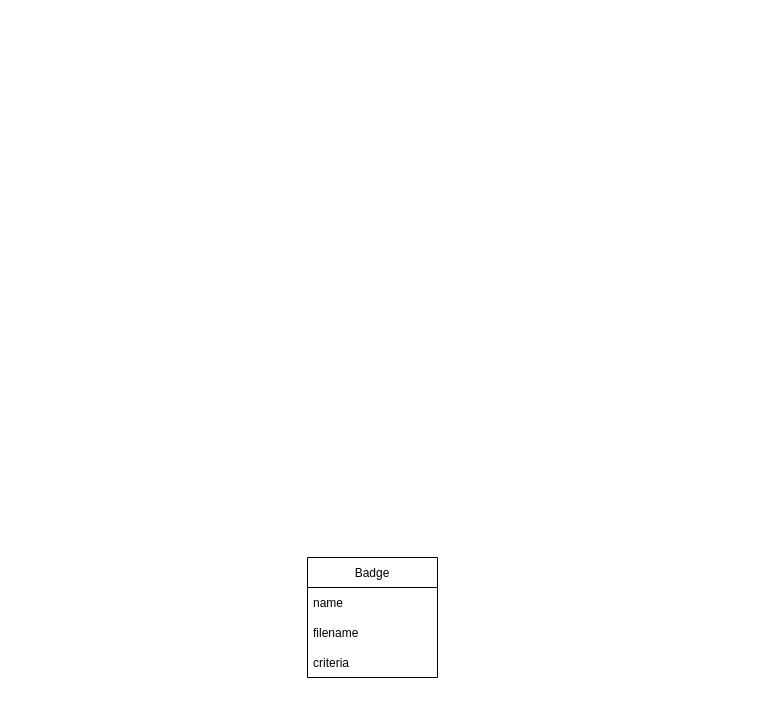
Before: Lesson_18.drawio in DaniyarKulmanov/TestGuru-, a draw.io diagram. Source tidied: cells renumbered, new cells numbered last; positions are measured from the earlier drawing's top-left corner, leaving out a move shared by most shapes. Both pictures are drawn from the tidied source at 100%, with x=0, y=0 at pixel (307, 557).
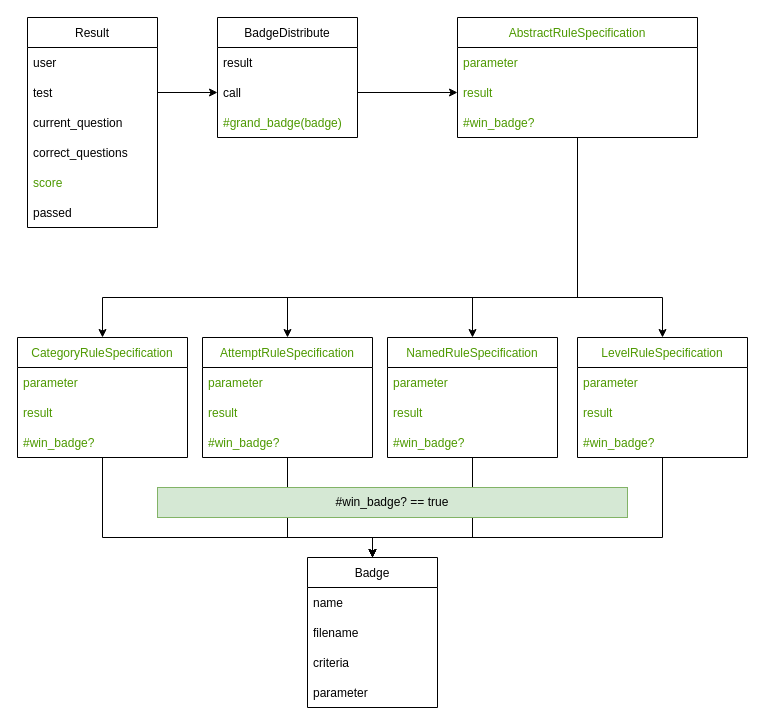
The same page after the edit.

Change to the diagram source:
```diff
@@
     <mxCell id="2" value="Badge" style="swimlane;fontStyle=0;horizontal=1;startSize=30;" parent="1" vertex="1">
-      <mxGeometry width="130" height="120" as="geometry" />
+      <mxGeometry width="130" height="150" as="geometry" />
     </mxCell>
@@
+    <mxCell id="6" value="parameter" style="text;strokeColor=none;fillColor=none;align=left;verticalAlign=middle;spacingLeft=4;spacingRight=4;overflow=hidden;" parent="2" vertex="1">
+      <mxGeometry y="120" width="130" height="30" as="geometry" />
+    </mxCell>
+    <mxCell id="7" value="Result" style="swimlane;fontStyle=0;horizontal=1;startSize=30;" parent="1" vertex="1">
+      <mxGeometry x="-280" y="-540" width="130" height="210" as="geometry" />
+    </mxCell>
+    <mxCell id="8" value="user" style="text;strokeColor=none;fillColor=none;align=left;verticalAlign=middle;spacingLeft=4;spacingRight=4;overflow=hidden;" parent="7" vertex="1">
+      <mxGeometry y="30" width="130" height="30" as="geometry" />
+    </mxCell>
+    <mxCell id="9" value="test" style="text;strokeColor=none;fillColor=none;align=left;verticalAlign=middle;spacingLeft=4;spacingRight=4;overflow=hidden;points=[[0,0.5],[1,0.5]];portConstraint=eastwest;" parent="7" vertex="1">
+      <mxGeometry y="60" width="130" height="30" as="geometry" />
+    </mxCell>
+    <mxCell id="10" value="current_question" style="text;strokeColor=none;fillColor=none;align=left;verticalAlign=middle;spacingLeft=4;spacingRight=4;overflow=hidden;" parent="7" vertex="1">
+      <mxGeometry y="90" width="130" height="30" as="geometry" />
+    </mxCell>
+    <mxCell id="11" value="correct_questions" style="text;strokeColor=none;fillColor=none;align=left;verticalAlign=middle;spacingLeft=4;spacingRight=4;overflow=hidden;" parent="7" vertex="1">
+      <mxGeometry y="120" width="130" height="30" as="geometry" />
+    </mxCell>
+    <mxCell id="12" value="score" style="text;strokeColor=none;fillColor=none;align=left;verticalAlign=middle;spacingLeft=4;spacingRight=4;overflow=hidden;fontColor=#4D9900;fontStyle=0;" parent="7" vertex="1">
+      <mxGeometry y="150" width="130" height="30" as="geometry" />
+    </mxCell>
+    <mxCell id="13" value="passed" style="text;strokeColor=none;fillColor=none;align=left;verticalAlign=middle;spacingLeft=4;spacingRight=4;overflow=hidden;" parent="7" vertex="1">
+      <mxGeometry y="180" width="130" height="30" as="geometry" />
+    </mxCell>
+    <mxCell id="14" style="endArrow=classic;html=1;rounded=0;exitX=1;exitY=0.5;exitDx=0;exitDy=0;entryX=0;entryY=0.5;entryDx=0;entryDy=0;" parent="1" edge="1" source="9" target="17">
+      <mxGeometry relative="1" as="geometry" />
+    </mxCell>
+    <mxCell id="15" value="BadgeDistribute" style="swimlane;fontStyle=0;horizontal=1;startSize=30;fontColor=#000000;" parent="1" vertex="1">
+      <mxGeometry x="-90" y="-540" width="140" height="120" as="geometry" />
+    </mxCell>
+    <mxCell id="16" value="result" style="text;strokeColor=none;fillColor=none;align=left;verticalAlign=middle;spacingLeft=4;spacingRight=4;overflow=hidden;fontColor=#000000;" parent="15" vertex="1">
+      <mxGeometry y="30" width="140" height="30" as="geometry" />
+    </mxCell>
+    <mxCell id="17" value="call" style="text;strokeColor=none;fillColor=none;align=left;verticalAlign=middle;spacingLeft=4;spacingRight=4;overflow=hidden;points=[[0,0.5],[1,0.5]];portConstraint=eastwest;fontColor=#000000;" parent="15" vertex="1">
+      <mxGeometry y="60" width="140" height="30" as="geometry" />
+    </mxCell>
+    <mxCell id="18" value="#grand_badge(badge)" style="text;strokeColor=none;fillColor=none;align=left;verticalAlign=middle;spacingLeft=4;spacingRight=4;overflow=hidden;fontColor=#4D9900;" parent="15" vertex="1">
+      <mxGeometry y="90" width="140" height="30" as="geometry" />
+    </mxCell>
+    <mxCell id="19" style="edgeStyle=orthogonalEdgeStyle;rounded=0;jettySize=auto;html=1;fontColor=#000000;" parent="1" edge="1" source="23" target="29">
+      <mxGeometry relative="1" as="geometry">
+        <Array as="points">
+          <mxPoint x="270" y="-260" />
+          <mxPoint x="-205" y="-260" />
+        </Array>
+      </mxGeometry>
+    </mxCell>
+    <mxCell id="20" style="edgeStyle=orthogonalEdgeStyle;rounded=0;jettySize=auto;html=1;fontColor=#000000;" parent="1" edge="1" source="23" target="34">
+      <mxGeometry relative="1" as="geometry">
+        <Array as="points">
+          <mxPoint x="270" y="-260" />
+          <mxPoint x="-20" y="-260" />
+        </Array>
+      </mxGeometry>
+    </mxCell>
+    <mxCell id="21" style="edgeStyle=orthogonalEdgeStyle;rounded=0;jettySize=auto;html=1;fontColor=#000000;" parent="1" edge="1" source="23" target="39">
+      <mxGeometry relative="1" as="geometry">
+        <Array as="points">
+          <mxPoint x="270" y="-260" />
+          <mxPoint x="165" y="-260" />
+        </Array>
+      </mxGeometry>
+    </mxCell>
+    <mxCell id="22" style="edgeStyle=orthogonalEdgeStyle;rounded=0;jettySize=auto;html=1;fontColor=#000000;" parent="1" edge="1" source="23" target="44">
+      <mxGeometry relative="1" as="geometry">
+        <Array as="points">
+          <mxPoint x="270" y="-260" />
+          <mxPoint x="355" y="-260" />
+        </Array>
+      </mxGeometry>
+    </mxCell>
+    <mxCell id="23" value="AbstractRuleSpecification" style="swimlane;fontStyle=0;horizontal=1;startSize=30;fontColor=#4D9900;" parent="1" vertex="1">
+      <mxGeometry x="150" y="-540" width="240" height="120" as="geometry" />
+    </mxCell>
+    <mxCell id="24" value="parameter" style="text;strokeColor=none;fillColor=none;align=left;verticalAlign=middle;spacingLeft=4;spacingRight=4;overflow=hidden;fontColor=#4D9900;" parent="23" vertex="1">
+      <mxGeometry y="30" width="240" height="30" as="geometry" />
+    </mxCell>
+    <mxCell id="25" value="result" style="text;strokeColor=none;fillColor=none;align=left;verticalAlign=middle;spacingLeft=4;spacingRight=4;overflow=hidden;points=[[0,0.5],[1,0.5]];portConstraint=eastwest;fontColor=#4D9900;" parent="23" vertex="1">
+      <mxGeometry y="60" width="240" height="30" as="geometry" />
+    </mxCell>
+    <mxCell id="26" value="#win_badge?" style="text;strokeColor=none;fillColor=none;align=left;verticalAlign=middle;spacingLeft=4;spacingRight=4;overflow=hidden;fontColor=#4D9900;" parent="23" vertex="1">
+      <mxGeometry y="90" width="240" height="30" as="geometry" />
+    </mxCell>
+    <mxCell id="27" style="edgeStyle=orthogonalEdgeStyle;rounded=0;jettySize=auto;html=1;exitX=1;exitY=0.5;exitDx=0;exitDy=0;fontColor=#000000;" parent="1" edge="1" source="17" target="25">
+      <mxGeometry relative="1" as="geometry" />
+    </mxCell>
+    <mxCell id="28" style="edgeStyle=orthogonalEdgeStyle;rounded=0;jettySize=auto;html=1;entryX=0.5;entryY=0;entryDx=0;entryDy=0;fontColor=#000000;" parent="1" edge="1" source="29" target="2">
+      <mxGeometry relative="1" as="geometry">
+        <Array as="points">
+          <mxPoint x="-205" y="-20" />
+          <mxPoint x="65" y="-20" />
+        </Array>
+      </mxGeometry>
+    </mxCell>
+    <mxCell id="29" value="CategoryRuleSpecification" style="swimlane;fontStyle=0;horizontal=1;startSize=30;fontColor=#4D9900;" parent="1" vertex="1">
+      <mxGeometry x="-290" y="-220" width="170" height="120" as="geometry" />
+    </mxCell>
+    <mxCell id="30" value="parameter" style="text;strokeColor=none;fillColor=none;align=left;verticalAlign=middle;spacingLeft=4;spacingRight=4;overflow=hidden;fontColor=#4D9900;" parent="29" vertex="1">
+      <mxGeometry y="30" width="170" height="30" as="geometry" />
+    </mxCell>
+    <mxCell id="31" value="result" style="text;strokeColor=none;fillColor=none;align=left;verticalAlign=middle;spacingLeft=4;spacingRight=4;overflow=hidden;fontColor=#4D9900;" parent="29" vertex="1">
+      <mxGeometry y="60" width="170" height="30" as="geometry" />
+    </mxCell>
+    <mxCell id="32" value="#win_badge?" style="text;strokeColor=none;fillColor=none;align=left;verticalAlign=middle;spacingLeft=4;spacingRight=4;overflow=hidden;fontColor=#4D9900;" parent="29" vertex="1">
+      <mxGeometry y="90" width="170" height="30" as="geometry" />
+    </mxCell>
+    <mxCell id="33" style="edgeStyle=orthogonalEdgeStyle;rounded=0;jettySize=auto;html=1;entryX=0.5;entryY=0;entryDx=0;entryDy=0;fontColor=#000000;" parent="1" edge="1" source="34" target="2">
+      <mxGeometry relative="1" as="geometry">
+        <Array as="points">
+          <mxPoint x="-20" y="-20" />
+          <mxPoint x="65" y="-20" />
+        </Array>
+      </mxGeometry>
+    </mxCell>
+    <mxCell id="34" value="AttemptRuleSpecification" style="swimlane;fontStyle=0;horizontal=1;startSize=30;fontColor=#4D9900;" parent="1" vertex="1">
+      <mxGeometry x="-105" y="-220" width="170" height="120" as="geometry" />
+    </mxCell>
+    <mxCell id="35" value="parameter" style="text;strokeColor=none;fillColor=none;align=left;verticalAlign=middle;spacingLeft=4;spacingRight=4;overflow=hidden;fontColor=#4D9900;" parent="34" vertex="1">
+      <mxGeometry y="30" width="170" height="30" as="geometry" />
+    </mxCell>
+    <mxCell id="36" value="result" style="text;strokeColor=none;fillColor=none;align=left;verticalAlign=middle;spacingLeft=4;spacingRight=4;overflow=hidden;fontColor=#4D9900;" parent="34" vertex="1">
+      <mxGeometry y="60" width="170" height="30" as="geometry" />
+    </mxCell>
+    <mxCell id="37" value="#win_badge?" style="text;strokeColor=none;fillColor=none;align=left;verticalAlign=middle;spacingLeft=4;spacingRight=4;overflow=hidden;fontColor=#4D9900;" parent="34" vertex="1">
+      <mxGeometry y="90" width="170" height="30" as="geometry" />
+    </mxCell>
+    <mxCell id="38" style="edgeStyle=orthogonalEdgeStyle;rounded=0;jettySize=auto;html=1;entryX=0.5;entryY=0;entryDx=0;entryDy=0;fontColor=#000000;" parent="1" edge="1" source="39" target="2">
+      <mxGeometry relative="1" as="geometry">
+        <Array as="points">
+          <mxPoint x="165" y="-20" />
+          <mxPoint x="65" y="-20" />
+        </Array>
+      </mxGeometry>
+    </mxCell>
+    <mxCell id="39" value="NamedRuleSpecification" style="swimlane;fontStyle=0;horizontal=1;startSize=30;fontColor=#4D9900;" parent="1" vertex="1">
+      <mxGeometry x="80" y="-220" width="170" height="120" as="geometry" />
+    </mxCell>
+    <mxCell id="40" value="parameter" style="text;strokeColor=none;fillColor=none;align=left;verticalAlign=middle;spacingLeft=4;spacingRight=4;overflow=hidden;fontColor=#4D9900;" parent="39" vertex="1">
+      <mxGeometry y="30" width="170" height="30" as="geometry" />
+    </mxCell>
+    <mxCell id="41" value="result" style="text;strokeColor=none;fillColor=none;align=left;verticalAlign=middle;spacingLeft=4;spacingRight=4;overflow=hidden;fontColor=#4D9900;" parent="39" vertex="1">
+      <mxGeometry y="60" width="170" height="30" as="geometry" />
+    </mxCell>
+    <mxCell id="42" value="#win_badge?" style="text;strokeColor=none;fillColor=none;align=left;verticalAlign=middle;spacingLeft=4;spacingRight=4;overflow=hidden;fontColor=#4D9900;" parent="39" vertex="1">
+      <mxGeometry y="90" width="170" height="30" as="geometry" />
+    </mxCell>
+    <mxCell id="43" style="edgeStyle=orthogonalEdgeStyle;rounded=0;jettySize=auto;html=1;fontColor=#000000;" parent="1" edge="1" source="44" target="2">
+      <mxGeometry relative="1" as="geometry">
+        <Array as="points">
+          <mxPoint x="355" y="-20" />
+          <mxPoint x="65" y="-20" />
+        </Array>
+      </mxGeometry>
+    </mxCell>
+    <mxCell id="44" value="LevelRuleSpecification" style="swimlane;fontStyle=0;horizontal=1;startSize=30;fontColor=#4D9900;" parent="1" vertex="1">
+      <mxGeometry x="270" y="-220" width="170" height="120" as="geometry" />
+    </mxCell>
+    <mxCell id="45" value="parameter" style="text;strokeColor=none;fillColor=none;align=left;verticalAlign=middle;spacingLeft=4;spacingRight=4;overflow=hidden;fontColor=#4D9900;" parent="44" vertex="1">
+      <mxGeometry y="30" width="170" height="30" as="geometry" />
+    </mxCell>
+    <mxCell id="46" value="result" style="text;strokeColor=none;fillColor=none;align=left;verticalAlign=middle;spacingLeft=4;spacingRight=4;overflow=hidden;fontColor=#4D9900;" parent="44" vertex="1">
+      <mxGeometry y="60" width="170" height="30" as="geometry" />
+    </mxCell>
+    <mxCell id="47" value="#win_badge?" style="text;strokeColor=none;fillColor=none;align=left;verticalAlign=middle;spacingLeft=4;spacingRight=4;overflow=hidden;fontColor=#4D9900;" parent="44" vertex="1">
+      <mxGeometry y="90" width="170" height="30" as="geometry" />
+    </mxCell>
+    <mxCell id="48" value="#win_badge? == true" style="text;html=1;align=center;verticalAlign=middle;whiteSpace=wrap;rounded=0;fillColor=#d5e8d4;strokeColor=#82b366;" parent="1" vertex="1">
+      <mxGeometry x="-150" y="-70" width="470" height="30" as="geometry" />
+    </mxCell>
```
